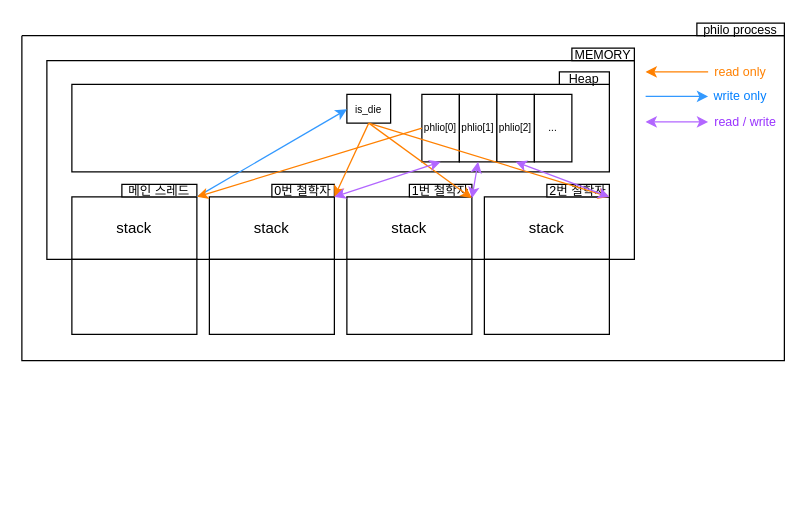
gyujun9403/gyujun9403.github.io keeps this draw.io diagram as images/42seoul/philo/philo(heap).drawio. Above is the earlier version. Source tidied: cells renumbered, new cells numbered last; positions are measured from the earlier drawing's top-left corner, leaving out a move shared by most shapes. Both pictures are drawn from the tidied source at 125%, with x=0, y=0 at pixel (21, 22).
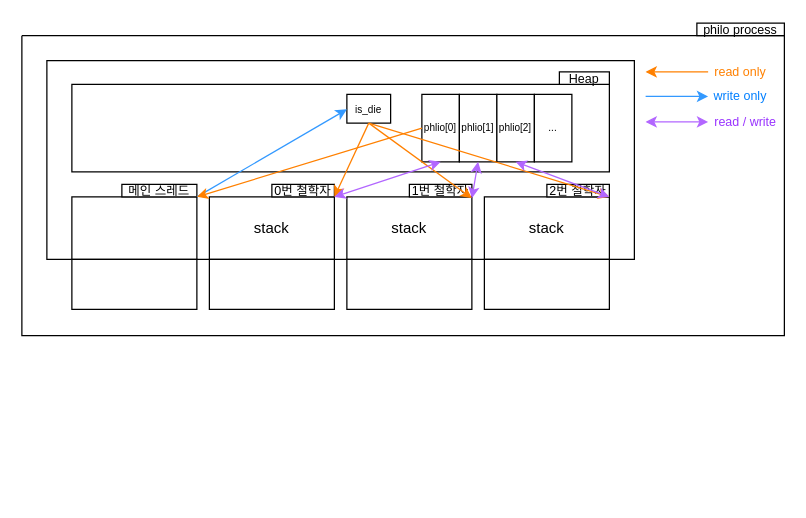
The same diagram, later.

The change refers to these unchanged cells:
```xml
<mxCell id="4" style="group;" parent="2" vertex="1">
  <mxGeometry x="40" y="129" width="100" height="240" as="geometry" />
</mxCell>
<mxCell id="7" style="group;" parent="2" vertex="1">
  <mxGeometry x="150" y="129" width="100" height="240" as="geometry" />
</mxCell>
<mxCell id="10" style="group;" parent="2" vertex="1">
  <mxGeometry x="260" y="129" width="100" height="240" as="geometry" />
</mxCell>
<mxCell id="13" style="group;" parent="2" vertex="1">
  <mxGeometry x="370" y="129" width="100" height="240" as="geometry" />
</mxCell>
```

The edit, as a diff of the source:
```diff
@@
     <mxCell id="2" style="swimlane;startSize=0;fillColor=none;" parent="1" vertex="1">
-      <mxGeometry y="10" width="610" height="260" as="geometry" />
+      <mxGeometry y="10" width="610" height="240" as="geometry" />
     </mxCell>
@@
-    <mxCell id="5" value="stack" style="rounded=0;whiteSpace=wrap;html=1;fillColor=default;" parent="4" vertex="1">
+    <mxCell id="5" style="rounded=0;whiteSpace=wrap;html=1;fillColor=default;" parent="4" vertex="1">
       <mxGeometry width="100" height="50" as="geometry" />
     </mxCell>
     <mxCell id="6" style="rounded=0;whiteSpace=wrap;html=1;fillColor=default;" parent="4" vertex="1">
-      <mxGeometry y="50" width="100" height="60" as="geometry" />
+      <mxGeometry y="50" width="100" height="40" as="geometry" />
     </mxCell>
@@
     <mxCell id="9" style="rounded=0;whiteSpace=wrap;html=1;fillColor=default;" parent="7" vertex="1">
-      <mxGeometry y="50" width="100" height="60" as="geometry" />
+      <mxGeometry y="50" width="100" height="40" as="geometry" />
     </mxCell>
@@
     <mxCell id="12" style="rounded=0;whiteSpace=wrap;html=1;fillColor=default;" parent="10" vertex="1">
-      <mxGeometry y="50" width="100" height="60" as="geometry" />
+      <mxGeometry y="50" width="100" height="40" as="geometry" />
     </mxCell>
@@
     <mxCell id="15" style="rounded=0;whiteSpace=wrap;html=1;fillColor=default;" parent="13" vertex="1">
-      <mxGeometry y="50" width="100" height="60" as="geometry" />
+      <mxGeometry y="50" width="100" height="40" as="geometry" />
     </mxCell>
@@
-    <mxCell id="42" value="MEMORY" style="text;html=1;strokeColor=default;fillColor=default;align=center;verticalAlign=middle;whiteSpace=wrap;rounded=0;fontSize=10;" parent="2" vertex="1">
-      <mxGeometry x="440" y="10" width="50" height="10" as="geometry" />
-    </mxCell>
```
